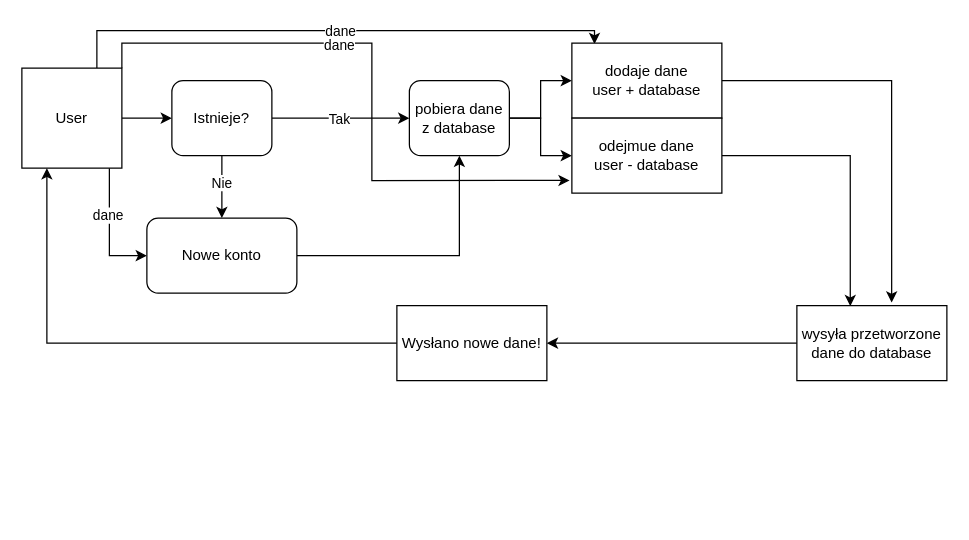
This is Diagram bez tytułu.drawio from KacperK4/KacperK4.github.io, a draw.io file, before an edit. Source tidied: cells renumbered, new cells numbered last; positions are measured from the earlier drawing's top-left corner, leaving out a move shared by most shapes. Both pictures are drawn from the tidied source at 125%, with x=0, y=0 at pixel (21, 30).
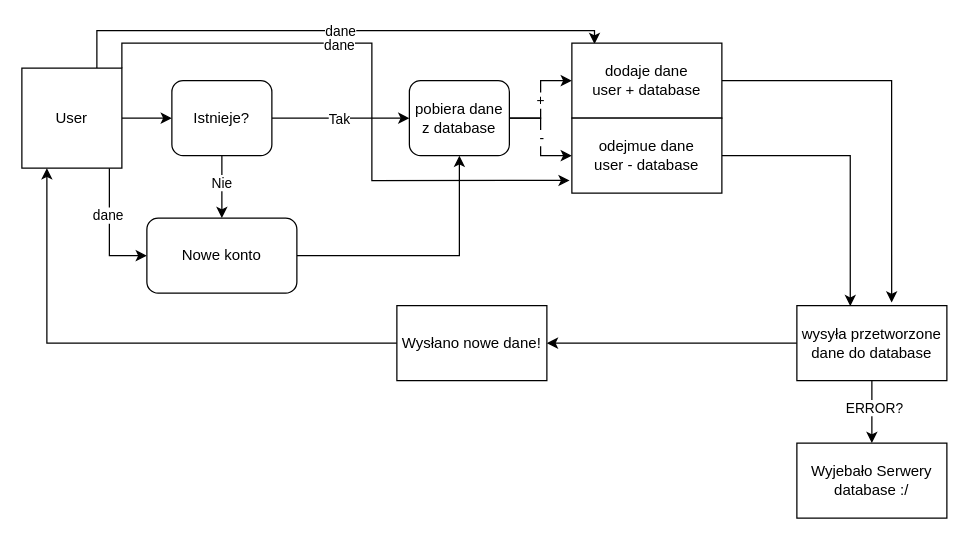
The same page after the edit.

The change refers to these unchanged cells:
```xml
<mxCell id="18" style="edgeStyle=orthogonalEdgeStyle;rounded=0;jettySize=auto;html=1;exitX=1;exitY=0.5;exitDx=0;exitDy=0;entryX=0;entryY=0.5;entryDx=0;entryDy=0;" parent="1" edge="1" source="20" target="22">
  <mxGeometry relative="1" as="geometry" />
</mxCell>
<mxCell id="19" style="edgeStyle=orthogonalEdgeStyle;rounded=0;jettySize=auto;html=1;exitX=1;exitY=0.5;exitDx=0;exitDy=0;entryX=0;entryY=0.5;entryDx=0;entryDy=0;" parent="1" edge="1" source="20" target="24">
  <mxGeometry relative="1" as="geometry" />
</mxCell>
<mxCell id="26" value="wysyła przetworzone dane do database" style="rounded=0;whiteSpace=wrap;html=1;" parent="1" vertex="1">
  <mxGeometry x="620" y="220" width="120" height="60" as="geometry" />
</mxCell>
```

Diff of the diagram source:
```diff
@@
+    <mxCell id="29" value="+" style="edgeLabel;html=1;align=center;verticalAlign=middle;" parent="18" vertex="1">
+      <mxGeometry x="0.01" y="1" relative="1" as="geometry" />
+    </mxCell>
@@
+    <mxCell id="30" value="-" style="edgeLabel;html=1;align=center;verticalAlign=middle;" parent="19" vertex="1">
+      <mxGeometry x="-0.01" relative="1" as="geometry" />
+    </mxCell>
@@
+    <mxCell id="31" style="edgeStyle=orthogonalEdgeStyle;rounded=0;jettySize=auto;html=1;exitX=0.5;exitY=1;exitDx=0;exitDy=0;entryX=0.5;entryY=0;entryDx=0;entryDy=0;" parent="1" edge="1" source="26" target="33">
+      <mxGeometry relative="1" as="geometry" />
+    </mxCell>
+    <mxCell id="32" value="ERROR?" style="edgeLabel;html=1;align=center;verticalAlign=middle;" parent="31" vertex="1">
+      <mxGeometry x="-0.18" y="1" relative="1" as="geometry" />
+    </mxCell>
@@
+    <mxCell id="33" value="Wyjebało Serwery database :/" style="rounded=0;whiteSpace=wrap;html=1;" parent="1" vertex="1">
+      <mxGeometry x="620" y="330" width="120" height="60" as="geometry" />
+    </mxCell>
```
